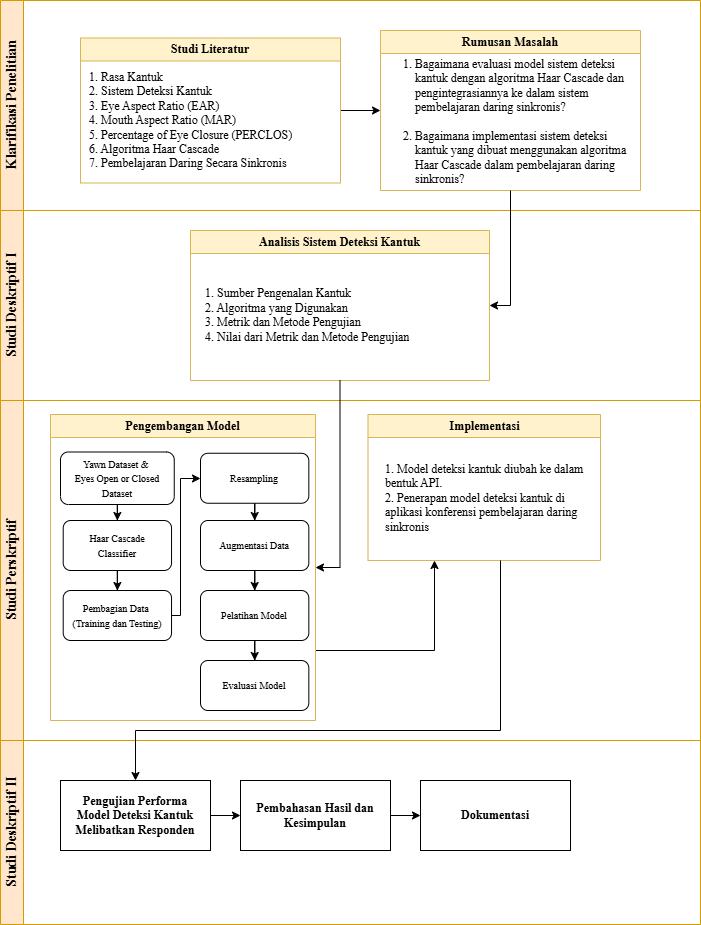
The draw.io diagram Desain Penelitian.drawio.png in pakkaem/app.diagrams.net-repo, before a commit. Source tidied: cells renumbered, new cells last; positions are measured from the earlier drawing's top-left corner, leaving out a move shared by most shapes.
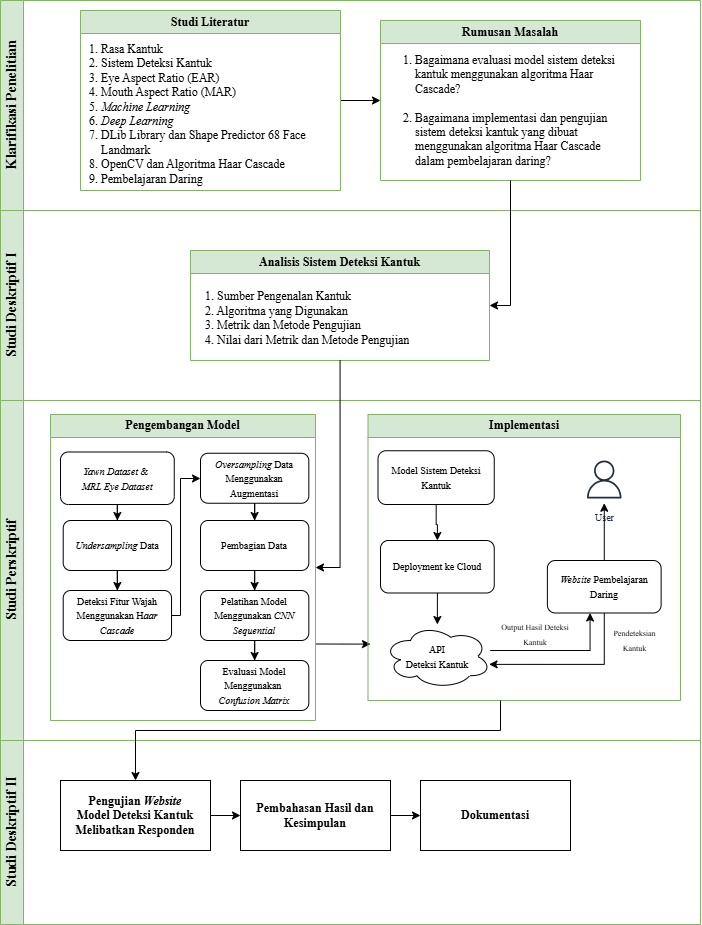
The same file after the commit.

Change to the diagram source:
```diff
@@ -2,67 +2,63 @@
   <root>
     <mxCell id="0" />
     <mxCell id="1" parent="0" />
-    <mxCell id="2" value="Klarifikasi Penelitian" style="swimlane;horizontal=0;whiteSpace=wrap;html=1;fontFamily=Times New Roman;fontSize=14;fillColor=#ffe6cc;strokeColor=#d79b00;" parent="1" vertex="1">
+    <mxCell id="2" value="Klarifikasi Penelitian" style="swimlane;horizontal=0;whiteSpace=wrap;html=1;fontFamily=Times New Roman;fontSize=14;fillColor=#d5e8d4;strokeColor=#82b366;" parent="1" vertex="1">
       <mxGeometry width="700" height="210" as="geometry" />
     </mxCell>
     <mxCell id="3" style="edgeStyle=orthogonalEdgeStyle;rounded=0;jettySize=auto;html=1;entryX=0;entryY=0.5;entryDx=0;entryDy=0;" parent="2" edge="1" source="4" target="6">
       <mxGeometry relative="1" as="geometry" />
     </mxCell>
-    <mxCell id="4" value="&lt;font face=&quot;Times New Roman&quot;&gt;Studi Literatur&lt;/font&gt;" style="swimlane;whiteSpace=wrap;html=1;fillColor=#fff2cc;strokeColor=#d6b656;" parent="2" vertex="1">
-      <mxGeometry x="80" y="37.5" width="260" height="145" as="geometry" />
+    <mxCell id="4" value="&lt;font face=&quot;Times New Roman&quot;&gt;Studi Literatur&lt;/font&gt;" style="swimlane;whiteSpace=wrap;html=1;fillColor=#d5e8d4;strokeColor=#82b366;" parent="2" vertex="1">
+      <mxGeometry x="80" y="10" width="260" height="180" as="geometry" />
     </mxCell>
-    <mxCell id="5" value="&lt;p&gt;&lt;span style=&quot;background-color: initial;&quot;&gt;1. Rasa Kantuk&lt;br&gt;2. Sistem Deteksi Kantuk&lt;br&gt;3. Eye Aspect Ratio (EAR)&lt;br&gt;&lt;/span&gt;&lt;span style=&quot;background-color: initial;&quot;&gt;4. Mouth Aspect Ratio (MAR)&amp;nbsp;&lt;br&gt;5. Percentage of Eye Closure (PERCLOS)&lt;br&gt;6. Algoritma Haar Cascade&lt;br&gt;7. Pembelajaran Daring Secara Sinkronis&lt;/span&gt;&lt;/p&gt;" style="text;html=1;strokeColor=none;fillColor=none;spacing=5;spacingTop=-20;whiteSpace=wrap;overflow=hidden;rounded=0;fontFamily=Times New Roman;" parent="4" vertex="1">
-      <mxGeometry x="4" y="30" width="250" height="110" as="geometry" />
+    <mxCell id="5" value="&lt;p&gt;&lt;span style=&quot;background-color: initial;&quot;&gt;1. Rasa Kantuk&lt;br&gt;2. Sistem Deteksi Kantuk&lt;br&gt;3. Eye Aspect Ratio (EAR)&lt;br&gt;&lt;/span&gt;&lt;span style=&quot;background-color: initial;&quot;&gt;4. Mouth Aspect Ratio (MAR)&amp;nbsp;&lt;br&gt;5. &lt;i&gt;Machine Learning&lt;/i&gt;&lt;br&gt;6. &lt;i&gt;Deep Learning&lt;br&gt;&lt;/i&gt;7. DLib Library dan Shape Predictor 68 Face&amp;nbsp; &amp;nbsp; &amp;nbsp; &amp;nbsp; &amp;nbsp; &amp;nbsp; Landmark&lt;br&gt;8. OpenCV dan Algoritma Haar Cascade&lt;br&gt;9. Pembelajaran Daring&lt;/span&gt;&lt;/p&gt;" style="text;html=1;strokeColor=none;fillColor=none;spacing=5;spacingTop=-20;whiteSpace=wrap;overflow=hidden;rounded=0;fontFamily=Times New Roman;" parent="4" vertex="1">
+      <mxGeometry x="4" y="30" width="250" height="150" as="geometry" />
     </mxCell>
-    <mxCell id="6" value="&lt;font face=&quot;Times New Roman&quot;&gt;Rumusan Masalah&lt;/font&gt;" style="swimlane;whiteSpace=wrap;html=1;startSize=23;fillColor=#fff2cc;strokeColor=#d6b656;" parent="2" vertex="1">
-      <mxGeometry x="380" y="30" width="260" height="160" as="geometry" />
+    <mxCell id="6" value="&lt;font face=&quot;Times New Roman&quot;&gt;Rumusan Masalah&lt;/font&gt;" style="swimlane;whiteSpace=wrap;html=1;startSize=23;fillColor=#d5e8d4;strokeColor=#82b366;" parent="2" vertex="1">
+      <mxGeometry x="380" y="20" width="260" height="160" as="geometry" />
     </mxCell>
-    <mxCell id="7" value="&lt;p&gt;&lt;/p&gt;&lt;ol&gt;&lt;li&gt;Bagaimana evaluasi model sistem deteksi kantuk dengan algoritma Haar Cascade dan pengintegrasiannya ke dalam sistem pembelajaran daring sinkronis?&lt;br&gt;&lt;br&gt;&lt;/li&gt;&lt;li&gt;&lt;span style=&quot;background-color: initial;&quot;&gt;Bagaimana implementasi sistem deteksi kantuk yang dibuat menggunakan algoritma Haar Cascade dalam pembelajaran daring sinkronis?&lt;/span&gt;&lt;/li&gt;&lt;/ol&gt;&lt;p&gt;&lt;/p&gt;" style="text;html=1;strokeColor=none;fillColor=none;spacing=5;spacingTop=-20;whiteSpace=wrap;overflow=hidden;rounded=0;fontFamily=Times New Roman;" parent="6" vertex="1">
-      <mxGeometry x="-10" y="25" width="260" height="130" as="geometry" />
+    <mxCell id="7" value="&lt;p&gt;&lt;/p&gt;&lt;ol&gt;&lt;li&gt;Bagaimana evaluasi model sistem deteksi kantuk menggunakan algoritma Haar Cascade?&lt;br&gt;&lt;br&gt;&lt;/li&gt;&lt;li&gt;Bagaimana implementasi dan pengujian sistem deteksi kantuk yang dibuat menggunakan algoritma Haar Cascade dalam pembelajaran daring?&lt;/li&gt;&lt;/ol&gt;&lt;p&gt;&lt;/p&gt;" style="text;html=1;strokeColor=none;fillColor=none;spacing=5;spacingTop=-20;whiteSpace=wrap;overflow=hidden;rounded=0;fontFamily=Times New Roman;" parent="6" vertex="1">
+      <mxGeometry x="-10" y="31" width="260" height="130" as="geometry" />
     </mxCell>
-    <mxCell id="8" value="Studi Deskriptif I" style="swimlane;horizontal=0;whiteSpace=wrap;html=1;fontFamily=Times New Roman;fontSize=14;fillColor=#ffe6cc;strokeColor=#d79b00;" parent="1" vertex="1">
+    <mxCell id="8" value="Studi Deskriptif I" style="swimlane;horizontal=0;whiteSpace=wrap;html=1;fontFamily=Times New Roman;fontSize=14;fillColor=#d5e8d4;strokeColor=#82b366;" parent="1" vertex="1">
       <mxGeometry y="210" width="700" height="190" as="geometry" />
     </mxCell>
-    <mxCell id="9" value="&lt;b style=&quot;font-family: &amp;quot;Times New Roman&amp;quot;; text-align: left;&quot;&gt;Analisis Sistem Deteksi Kantuk&lt;br&gt;&lt;/b&gt;" style="swimlane;whiteSpace=wrap;html=1;startSize=23;fillColor=#fff2cc;strokeColor=#d6b656;" parent="8" vertex="1">
-      <mxGeometry x="190" y="20" width="299" height="150" as="geometry" />
+    <mxCell id="9" value="&lt;b style=&quot;font-family: &amp;quot;Times New Roman&amp;quot;; text-align: left;&quot;&gt;Analisis Sistem Deteksi Kantuk&lt;br&gt;&lt;/b&gt;" style="swimlane;whiteSpace=wrap;html=1;startSize=23;fillColor=#d5e8d4;strokeColor=#82b366;" parent="8" vertex="1">
+      <mxGeometry x="190" y="40" width="299" height="110" as="geometry" />
     </mxCell>
     <mxCell id="10" value="&lt;p&gt;&lt;span style=&quot;font-family: &amp;quot;Times New Roman&amp;quot;; background-color: initial;&quot;&gt;&lt;br&gt;1. Sumber Pengenalan Kantuk&lt;br&gt;&lt;/span&gt;&lt;span style=&quot;font-family: &amp;quot;Times New Roman&amp;quot;; background-color: initial;&quot;&gt;2. Algoritma yang Digunakan&lt;br&gt;3. Metrik dan Metode Pengujian&lt;br&gt;&lt;/span&gt;&lt;span style=&quot;font-family: &amp;quot;Times New Roman&amp;quot;; background-color: initial;&quot;&gt;4. Nilai dari Metrik dan Metode Pengujian&lt;/span&gt;&lt;/p&gt;" style="text;html=1;strokeColor=none;fillColor=none;spacing=5;spacingTop=-20;whiteSpace=wrap;overflow=hidden;rounded=0;" parent="9" vertex="1">
-      <mxGeometry x="10" y="40" width="279" height="87.5" as="geometry" />
+      <mxGeometry x="10" y="23" width="279" height="87.5" as="geometry" />
     </mxCell>
-    <mxCell id="11" value="Studi Perskriptif" style="swimlane;horizontal=0;whiteSpace=wrap;html=1;startSize=23;fontFamily=Times New Roman;fontSize=14;fillColor=#ffe6cc;strokeColor=#d79b00;" parent="1" vertex="1">
+    <mxCell id="11" value="Studi Perskriptif" style="swimlane;horizontal=0;whiteSpace=wrap;html=1;startSize=23;fontFamily=Times New Roman;fontSize=14;fillColor=#d5e8d4;strokeColor=#82b366;" parent="1" vertex="1">
       <mxGeometry y="400" width="700" height="340" as="geometry" />
     </mxCell>
-    <mxCell id="12" style="edgeStyle=orthogonalEdgeStyle;rounded=0;jettySize=auto;html=1;" parent="11" edge="1" source="13">
-      <mxGeometry relative="1" as="geometry">
-        <mxPoint x="434" y="160" as="targetPoint" />
-        <Array as="points">
-          <mxPoint x="434" y="250" />
-          <mxPoint x="434" y="160" />
-        </Array>
-      </mxGeometry>
-    </mxCell>
+    <mxCell id="38" style="edgeStyle=orthogonalEdgeStyle;rounded=0;jettySize=auto;html=1;exitX=1;exitY=0.75;exitDx=0;exitDy=0;" parent="11" edge="1" source="13">
+      <mxGeometry relative="1" as="geometry">
+        <mxPoint x="370" y="243.6" as="targetPoint" />
+      </mxGeometry>
+    </mxCell>
-    <mxCell id="13" value="&lt;font face=&quot;Times New Roman&quot;&gt;Pengembangan Model&lt;/font&gt;" style="swimlane;whiteSpace=wrap;html=1;fillColor=#fff2cc;strokeColor=#d6b656;" parent="11" vertex="1">
+    <mxCell id="13" value="&lt;font face=&quot;Times New Roman&quot;&gt;Pengembangan Model&lt;/font&gt;" style="swimlane;whiteSpace=wrap;html=1;fillColor=#d5e8d4;strokeColor=#82b366;" parent="11" vertex="1">
       <mxGeometry x="50" y="14" width="265" height="306" as="geometry" />
     </mxCell>
     <mxCell id="14" style="edgeStyle=orthogonalEdgeStyle;rounded=0;jettySize=auto;html=1;entryX=0.5;entryY=0;entryDx=0;entryDy=0;" parent="13" edge="1" source="15" target="17">
       <mxGeometry relative="1" as="geometry" />
     </mxCell>
-    <mxCell id="15" value="&lt;span style=&quot;background-color: initial; font-family: &amp;quot;Times New Roman&amp;quot;;&quot;&gt;&lt;font style=&quot;font-size: 10px;&quot;&gt;Yawn Dataset &amp;amp;&amp;nbsp;&lt;/font&gt;&lt;/span&gt;&lt;div&gt;&lt;span style=&quot;background-color: initial; font-family: &amp;quot;Times New Roman&amp;quot;;&quot;&gt;&lt;font style=&quot;font-size: 10px;&quot;&gt;Eyes Open or Closed Dataset&lt;/font&gt;&lt;/span&gt;&lt;/div&gt;" style="rounded=1;whiteSpace=wrap;html=1;align=center;" parent="13" vertex="1">
+    <mxCell id="15" value="&lt;span style=&quot;background-color: initial; font-family: &amp;quot;Times New Roman&amp;quot;;&quot;&gt;&lt;font style=&quot;font-size: 10px;&quot;&gt;&lt;i&gt;Yawn Dataset &lt;/i&gt;&amp;amp;&amp;nbsp;&lt;/font&gt;&lt;/span&gt;&lt;div&gt;&lt;span style=&quot;background-color: initial; font-family: &amp;quot;Times New Roman&amp;quot;;&quot;&gt;&lt;font style=&quot;font-size: 10px;&quot;&gt;&lt;i&gt;MRL Eye Dataset&lt;/i&gt;&lt;/font&gt;&lt;/span&gt;&lt;/div&gt;" style="rounded=1;whiteSpace=wrap;html=1;align=center;" parent="13" vertex="1">
       <mxGeometry x="10" y="37.5" width="113.8" height="52.5" as="geometry" />
     </mxCell>
     <mxCell id="16" style="edgeStyle=orthogonalEdgeStyle;rounded=0;jettySize=auto;html=1;" parent="13" edge="1" source="17" target="18">
       <mxGeometry relative="1" as="geometry" />
     </mxCell>
-    <mxCell id="17" value="&lt;font style=&quot;font-size: 10px;&quot; face=&quot;Times New Roman&quot;&gt;Haar Cascade&lt;/font&gt;&lt;div&gt;&lt;font style=&quot;font-size: 10px;&quot; face=&quot;Times New Roman&quot;&gt;Classifier&lt;/font&gt;&lt;/div&gt;" style="rounded=1;whiteSpace=wrap;html=1;align=center;" parent="13" vertex="1">
+    <mxCell id="17" value="&lt;font face=&quot;Times New Roman&quot;&gt;&lt;span style=&quot;font-size: 10px;&quot;&gt;&lt;i&gt;Undersampling&lt;/i&gt;&amp;nbsp;Data&lt;/span&gt;&lt;/font&gt;" style="rounded=1;whiteSpace=wrap;html=1;align=center;" parent="13" vertex="1">
       <mxGeometry x="12.7" y="106" width="108.3" height="50" as="geometry" />
     </mxCell>
-    <mxCell id="18" value="&lt;font face=&quot;Times New Roman&quot;&gt;&lt;span style=&quot;font-size: 10px;&quot;&gt;Pembagian Data&amp;nbsp;&lt;/span&gt;&lt;/font&gt;&lt;div&gt;&lt;font face=&quot;Times New Roman&quot;&gt;&lt;span style=&quot;font-size: 10px;&quot;&gt;(Training dan Testing)&lt;/span&gt;&lt;/font&gt;&lt;/div&gt;" style="rounded=1;whiteSpace=wrap;html=1;align=center;" parent="13" vertex="1">
+    <mxCell id="18" value="&lt;font face=&quot;Times New Roman&quot;&gt;&lt;span style=&quot;font-size: 10px;&quot;&gt;Deteksi Fitur Wajah Menggunakan H&lt;i&gt;aar Cascade&lt;/i&gt;&lt;/span&gt;&lt;/font&gt;" style="rounded=1;whiteSpace=wrap;html=1;align=center;" parent="13" vertex="1">
       <mxGeometry x="12.7" y="176" width="108.3" height="50" as="geometry" />
     </mxCell>
     <mxCell id="19" style="edgeStyle=orthogonalEdgeStyle;rounded=0;jettySize=auto;html=1;" parent="13" edge="1" source="20" target="23">
       <mxGeometry relative="1" as="geometry" />
     </mxCell>
-    <mxCell id="20" value="&lt;font face=&quot;Times New Roman&quot;&gt;&lt;span style=&quot;font-size: 10px;&quot;&gt;Resampling&lt;/span&gt;&lt;/font&gt;" style="rounded=1;whiteSpace=wrap;html=1;align=center;" parent="13" vertex="1">
+    <mxCell id="20" value="&lt;font face=&quot;Times New Roman&quot;&gt;&lt;span style=&quot;font-size: 10px;&quot;&gt;&lt;i&gt;Oversampling &lt;/i&gt;Data Menggunakan Augmentasi&lt;/span&gt;&lt;/font&gt;" style="rounded=1;whiteSpace=wrap;html=1;align=center;" parent="13" vertex="1">
       <mxGeometry x="150" y="38.8" width="108.3" height="50" as="geometry" />
     </mxCell>
     <mxCell id="21" style="edgeStyle=orthogonalEdgeStyle;rounded=0;jettySize=auto;html=1;" parent="13" edge="1" source="18" target="20">
@@ -76,31 +72,74 @@
     <mxCell id="22" style="edgeStyle=orthogonalEdgeStyle;rounded=0;jettySize=auto;html=1;" parent="13" edge="1" source="23" target="25">
       <mxGeometry relative="1" as="geometry" />
     </mxCell>
-    <mxCell id="23" value="&lt;font face=&quot;Times New Roman&quot;&gt;&lt;span style=&quot;font-size: 10px;&quot;&gt;Augmentasi Data&lt;/span&gt;&lt;/font&gt;" style="rounded=1;whiteSpace=wrap;html=1;align=center;" parent="13" vertex="1">
+    <mxCell id="23" value="&lt;font face=&quot;Times New Roman&quot;&gt;&lt;span style=&quot;font-size: 10px;&quot;&gt;Pembagian Data&lt;/span&gt;&lt;/font&gt;" style="rounded=1;whiteSpace=wrap;html=1;align=center;" parent="13" vertex="1">
       <mxGeometry x="150" y="106" width="108.3" height="50" as="geometry" />
     </mxCell>
     <mxCell id="24" style="edgeStyle=orthogonalEdgeStyle;rounded=0;jettySize=auto;html=1;" parent="13" edge="1" source="25" target="26">
       <mxGeometry relative="1" as="geometry" />
     </mxCell>
-    <mxCell id="25" value="&lt;font face=&quot;Times New Roman&quot;&gt;&lt;span style=&quot;font-size: 10px;&quot;&gt;Pelatihan Model&lt;br&gt;&lt;/span&gt;&lt;/font&gt;" style="rounded=1;whiteSpace=wrap;html=1;align=center;" parent="13" vertex="1">
+    <mxCell id="25" value="&lt;font face=&quot;Times New Roman&quot;&gt;&lt;span style=&quot;font-size: 10px;&quot;&gt;Pelatihan Model Menggunakan &lt;i&gt;CNN Sequential&lt;/i&gt;&lt;br&gt;&lt;/span&gt;&lt;/font&gt;" style="rounded=1;whiteSpace=wrap;html=1;align=center;" parent="13" vertex="1">
       <mxGeometry x="150" y="176" width="108.3" height="50" as="geometry" />
     </mxCell>
-    <mxCell id="26" value="&lt;font face=&quot;Times New Roman&quot;&gt;&lt;span style=&quot;font-size: 10px;&quot;&gt;Evaluasi Model&lt;br&gt;&lt;/span&gt;&lt;/font&gt;" style="rounded=1;whiteSpace=wrap;html=1;align=center;" parent="13" vertex="1">
+    <mxCell id="26" value="&lt;font face=&quot;Times New Roman&quot;&gt;&lt;span style=&quot;font-size: 10px;&quot;&gt;Evaluasi Model Menggunakan&amp;nbsp;&lt;/span&gt;&lt;/font&gt;&lt;div&gt;&lt;font face=&quot;Times New Roman&quot;&gt;&lt;span style=&quot;font-size: 10px;&quot;&gt;&lt;i&gt;Confusion Matrix&lt;/i&gt;&lt;br&gt;&lt;/span&gt;&lt;/font&gt;&lt;/div&gt;" style="rounded=1;whiteSpace=wrap;html=1;align=center;" parent="13" vertex="1">
       <mxGeometry x="150" y="246" width="108.3" height="50" as="geometry" />
     </mxCell>
-    <mxCell id="27" value="&lt;font face=&quot;Times New Roman&quot;&gt;Implementasi&lt;/font&gt;" style="swimlane;whiteSpace=wrap;html=1;fillColor=#fff2cc;strokeColor=#d6b656;" parent="11" vertex="1">
-      <mxGeometry x="367.5" y="14" width="232.5" height="146" as="geometry" />
+    <mxCell id="27" value="&lt;font face=&quot;Times New Roman&quot;&gt;Implementasi&lt;/font&gt;" style="swimlane;whiteSpace=wrap;html=1;fillColor=#d5e8d4;strokeColor=#82b366;" parent="11" vertex="1">
+      <mxGeometry x="367.5" y="14" width="312.5" height="286" as="geometry" />
     </mxCell>
-    <mxCell id="28" value="&lt;p&gt;&lt;span style=&quot;font-family: &amp;quot;Times New Roman&amp;quot;; background-color: initial;&quot;&gt;1. Model deteksi kantuk diubah ke dalam bentuk API.&lt;br&gt;2. Penerapan model deteksi kantuk di aplikasi konferensi pembelajaran daring sinkronis&lt;/span&gt;&lt;/p&gt;" style="text;html=1;strokeColor=none;fillColor=none;spacing=5;spacingTop=-20;whiteSpace=wrap;overflow=hidden;rounded=0;" parent="27" vertex="1">
-      <mxGeometry x="12.5" y="46" width="207.5" height="71.2" as="geometry" />
-    </mxCell>
+    <mxCell id="39" style="edgeStyle=orthogonalEdgeStyle;rounded=0;jettySize=auto;html=1;" parent="27" edge="1" source="40" target="43">
+      <mxGeometry relative="1" as="geometry" />
+    </mxCell>
+    <mxCell id="40" value="&lt;font face=&quot;Times New Roman&quot;&gt;&lt;span style=&quot;font-size: 10px;&quot;&gt;Model Sistem Deteksi Kantuk&lt;/span&gt;&lt;/font&gt;" style="rounded=1;whiteSpace=wrap;html=1;align=center;" parent="27" vertex="1">
+      <mxGeometry x="10" y="36.2" width="116.2" height="53.8" as="geometry" />
+    </mxCell>
+    <mxCell id="41" style="edgeStyle=orthogonalEdgeStyle;rounded=0;jettySize=auto;html=1;" parent="27" edge="1" source="43" target="44">
+      <mxGeometry relative="1" as="geometry" />
+    </mxCell>
+    <mxCell id="42" style="edgeStyle=orthogonalEdgeStyle;rounded=0;jettySize=auto;html=1;" parent="27" edge="1" source="44" target="47">
+      <mxGeometry relative="1" as="geometry">
+        <Array as="points">
+          <mxPoint x="222" y="236" />
+        </Array>
+      </mxGeometry>
+    </mxCell>
+    <mxCell id="43" value="&lt;font face=&quot;Times New Roman&quot;&gt;&lt;span style=&quot;font-size: 10px;&quot;&gt;Deployment ke Cloud&lt;/span&gt;&lt;/font&gt;" style="rounded=1;whiteSpace=wrap;html=1;align=center;" parent="27" vertex="1">
+      <mxGeometry x="12.5" y="126" width="113.8" height="52.5" as="geometry" />
+    </mxCell>
+    <mxCell id="44" value="&lt;font face=&quot;Times New Roman&quot;&gt;&lt;span style=&quot;font-size: 10px;&quot;&gt;API&lt;/span&gt;&lt;/font&gt;&lt;div&gt;&lt;font face=&quot;Times New Roman&quot;&gt;&lt;span style=&quot;font-size: 10px;&quot;&gt;Deteksi Kantuk&lt;/span&gt;&lt;/font&gt;&lt;/div&gt;" style="ellipse;shape=cloud;whiteSpace=wrap;html=1;" parent="27" vertex="1">
+      <mxGeometry x="15.6" y="210" width="107.5" height="64" as="geometry" />
+    </mxCell>
+    <mxCell id="45" value="&lt;font face=&quot;Times New Roman&quot; style=&quot;font-size: 10px;&quot;&gt;User&lt;/font&gt;" style="sketch=0;outlineConnect=0;fontColor=#232F3E;gradientColor=none;strokeColor=#232F3E;fillColor=#ffffff;dashed=0;verticalLabelPosition=bottom;verticalAlign=top;align=center;html=1;fontSize=12;fontStyle=0;shape=mxgraph.aws4.resourceIcon;resIcon=mxgraph.aws4.user;" parent="27" vertex="1">
+      <mxGeometry x="212.5" y="41.2" width="47.5" height="47.5" as="geometry" />
+    </mxCell>
+    <mxCell id="46" style="edgeStyle=orthogonalEdgeStyle;rounded=0;jettySize=auto;html=1;" parent="27" edge="1" target="45">
+      <mxGeometry relative="1" as="geometry">
+        <mxPoint x="209.5" y="148.8" as="sourcePoint" />
+      </mxGeometry>
+    </mxCell>
+    <mxCell id="47" value="&lt;span style=&quot;font-family: &amp;quot;Times New Roman&amp;quot;; font-size: 10px;&quot;&gt;&lt;i&gt;Website &lt;/i&gt;Pembelajaran Daring&lt;/span&gt;" style="rounded=1;whiteSpace=wrap;html=1;align=center;" parent="27" vertex="1">
+      <mxGeometry x="179.4" y="146" width="113.8" height="52.5" as="geometry" />
+    </mxCell>
+    <mxCell id="48" style="edgeStyle=orthogonalEdgeStyle;rounded=0;jettySize=auto;html=1;entryX=0.981;entryY=0.623;entryDx=0;entryDy=0;entryPerimeter=0;" parent="27" edge="1" source="47" target="44">
+      <mxGeometry relative="1" as="geometry">
+        <Array as="points">
+          <mxPoint x="236" y="250" />
+        </Array>
+      </mxGeometry>
+    </mxCell>
+    <mxCell id="49" value="&lt;font style=&quot;font-size: 8px;&quot; face=&quot;Times New Roman&quot;&gt;Pendeteksian Kantuk&lt;/font&gt;" style="text;html=1;align=center;verticalAlign=middle;whiteSpace=wrap;rounded=0;" parent="27" vertex="1">
+      <mxGeometry x="240.6" y="210" width="52.5" height="30" as="geometry" />
+    </mxCell>
+    <mxCell id="50" value="&lt;font style=&quot;font-size: 8px;&quot; face=&quot;Times New Roman&quot;&gt;Output Hasil Deteksi Kantuk&lt;/font&gt;" style="text;html=1;align=center;verticalAlign=middle;whiteSpace=wrap;rounded=0;" parent="27" vertex="1">
+      <mxGeometry x="132.5" y="210" width="70" height="18.5" as="geometry" />
+    </mxCell>
-    <mxCell id="29" value="Studi Deskriptif II" style="swimlane;horizontal=0;whiteSpace=wrap;html=1;fontFamily=Times New Roman;fontSize=14;fillColor=#ffe6cc;strokeColor=#d79b00;" parent="1" vertex="1">
+    <mxCell id="29" value="Studi Deskriptif II" style="swimlane;horizontal=0;whiteSpace=wrap;html=1;fontFamily=Times New Roman;fontSize=14;fillColor=#d5e8d4;strokeColor=#82b366;" parent="1" vertex="1">
       <mxGeometry y="740" width="700" height="184" as="geometry" />
     </mxCell>
     <mxCell id="30" style="edgeStyle=orthogonalEdgeStyle;rounded=0;jettySize=auto;html=1;" parent="29" edge="1" source="31" target="33">
       <mxGeometry relative="1" as="geometry" />
     </mxCell>
-    <mxCell id="31" value="&lt;font face=&quot;Times New Roman&quot;&gt;&lt;b&gt;Pengujian Performa &lt;br&gt;Model Deteksi Kantuk Melibatkan Responden&lt;/b&gt;&lt;/font&gt;" style="rounded=0;whiteSpace=wrap;html=1;" parent="29" vertex="1">
+    <mxCell id="31" value="&lt;font face=&quot;Times New Roman&quot;&gt;&lt;b&gt;Pengujian &lt;i&gt;Website&lt;/i&gt;&lt;br&gt;Model Deteksi Kantuk Melibatkan Responden&lt;/b&gt;&lt;/font&gt;" style="rounded=0;whiteSpace=wrap;html=1;" parent="29" vertex="1">
       <mxGeometry x="60" y="40" width="150" height="70" as="geometry" />
     </mxCell>
     <mxCell id="32" style="edgeStyle=orthogonalEdgeStyle;rounded=0;jettySize=auto;html=1;" parent="29" edge="1" source="33" target="34">
```
